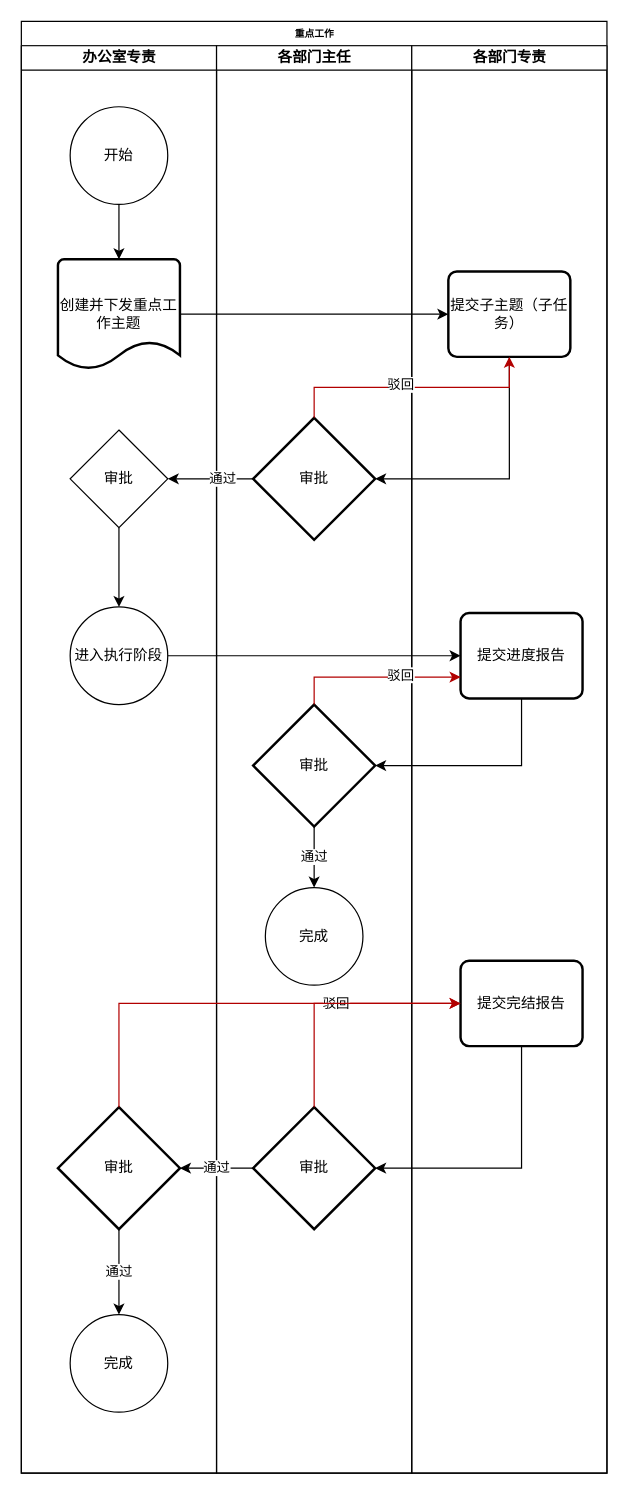
Above: 重点工作流程图.drawio in lee259/hello (draw.io), before the change. Source tidied: cells renumbered, new cells numbered last; positions are measured from the earlier drawing's top-left corner, leaving out a move shared by most shapes. Both pictures are drawn from the tidied source at 122%, with x=0, y=0 at pixel (21, 21).
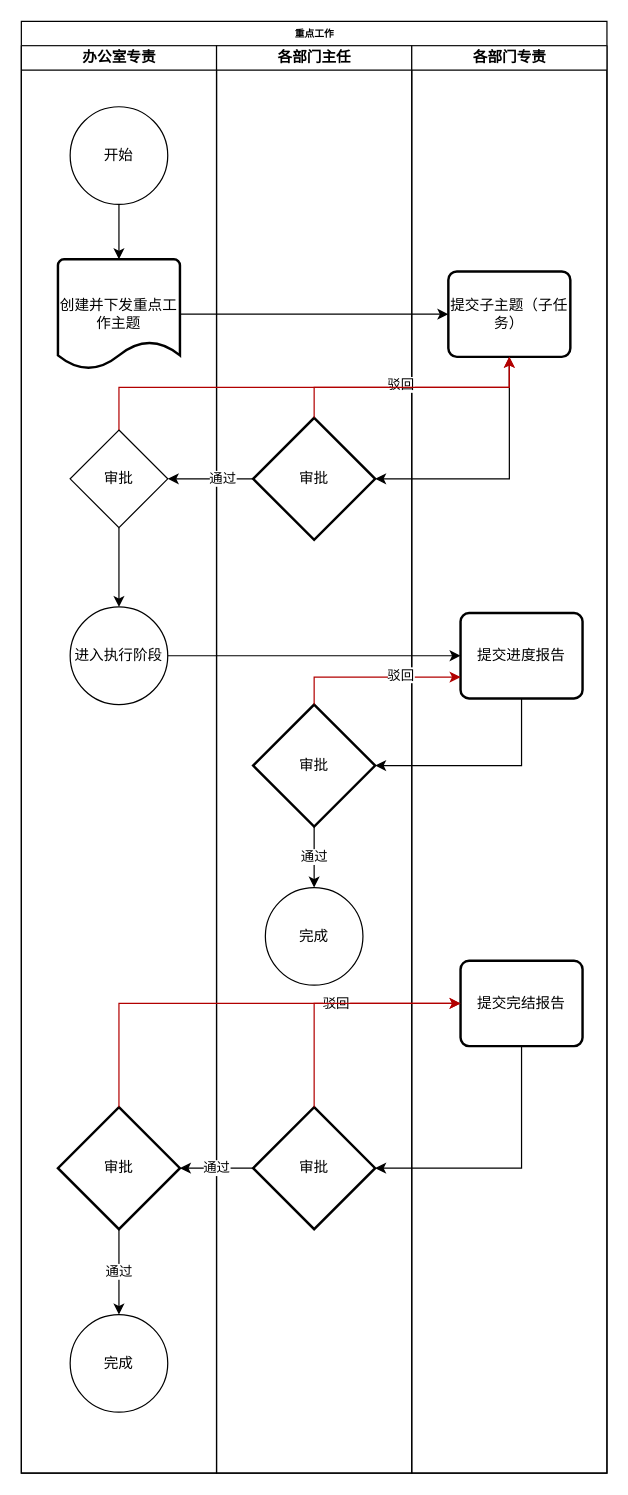
The same page after the edit.

Commit message (it also covers changes not shown here):
更新重点工作流程图.drawio

The change refers to these unchanged cells:
```xml
<mxCell id="2" value="重点工作" style="swimlane;html=1;startSize=20;rounded=0;shadow=0;labelBackgroundColor=none;strokeWidth=1;fontFamily=Verdana;fontSize=8;align=center;" parent="1" vertex="1">
  <mxGeometry width="480" height="1190" as="geometry" />
</mxCell>
<mxCell id="8" value="审批" style="rhombus;whiteSpace=wrap;html=1;" parent="3" vertex="1">
  <mxGeometry x="40" y="315" width="80" height="80" as="geometry" />
</mxCell>
<mxCell id="20" value="提交子主题（子任务）" style="rounded=1;whiteSpace=wrap;html=1;absoluteArcSize=1;arcSize=14;strokeWidth=2;" parent="19" vertex="1">
  <mxGeometry x="30" y="185" width="100" height="70" as="geometry" />
</mxCell>
```

Diff of the diagram source:
```diff
@@
+    <mxCell id="37" style="edgeStyle=orthogonalEdgeStyle;rounded=0;jettySize=auto;html=1;exitX=0.5;exitY=0;exitDx=0;exitDy=0;entryX=0.5;entryY=1;entryDx=0;entryDy=0;fillColor=#e51400;strokeColor=#B20000;" parent="2" edge="1" source="8" target="20">
+      <mxGeometry relative="1" as="geometry">
+        <Array as="points">
+          <mxPoint x="80" y="300" />
+          <mxPoint x="400" y="300" />
+        </Array>
+      </mxGeometry>
+    </mxCell>
```
